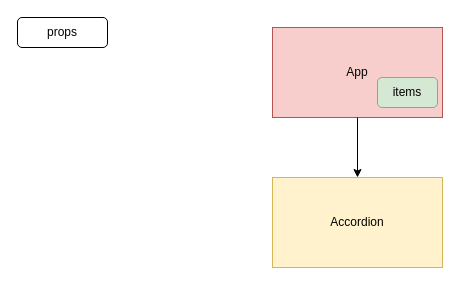
The draw.io diagram diagrams/props.drawio in demaderios/widgets, before the edit. Source tidied: cells renumbered, new cells numbered last; positions are measured from the earlier drawing's top-left corner, leaving out a move shared by most shapes. Both pictures are drawn from the tidied source at 100%, with x=0, y=0 at pixel (17, 17).
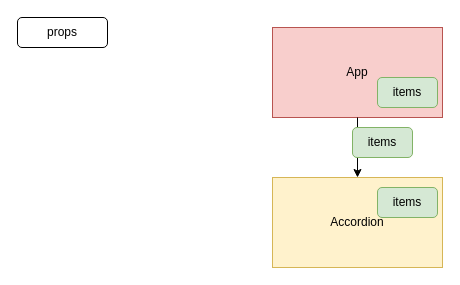
After the change.

Diff of the diagram source:
```diff
@@
 <mxGraphModel>
   <root>
     <mxCell id="0" />
     <mxCell id="1" parent="0" />
     <mxCell id="2" value="App" style="rounded=0;whiteSpace=wrap;html=1;fillColor=#f8cecc;strokeColor=#b85450;" parent="1" vertex="1">
       <mxGeometry x="255" y="10" width="170" height="90" as="geometry" />
     </mxCell>
     <mxCell id="3" value="items" style="rounded=1;whiteSpace=wrap;html=1;fillColor=#d5e8d4;strokeColor=#82b366;" parent="1" vertex="1">
       <mxGeometry x="360" y="60" width="60" height="30" as="geometry" />
     </mxCell>
     <mxCell id="4" value="Accordion" style="rounded=0;whiteSpace=wrap;html=1;fillColor=#fff2cc;strokeColor=#d6b656;" parent="1" vertex="1">
       <mxGeometry x="255" y="160" width="170" height="90" as="geometry" />
     </mxCell>
     <mxCell id="5" style="endArrow=classic;html=1;exitX=0.5;exitY=1;exitDx=0;exitDy=0;" parent="1" edge="1" source="2" target="4">
       <mxGeometry relative="1" as="geometry" />
     </mxCell>
     <mxCell id="6" value="props" style="rounded=1;whiteSpace=wrap;html=1;" parent="1" vertex="1">
       <mxGeometry width="90" height="30" as="geometry" />
     </mxCell>
+    <mxCell id="7" value="items" style="rounded=1;whiteSpace=wrap;html=1;fillColor=#d5e8d4;strokeColor=#82b366;" parent="1" vertex="1">
+      <mxGeometry x="335" y="110" width="60" height="30" as="geometry" />
+    </mxCell>
+    <mxCell id="8" value="items" style="rounded=1;whiteSpace=wrap;html=1;fillColor=#d5e8d4;strokeColor=#82b366;" parent="1" vertex="1">
+      <mxGeometry x="360" y="170" width="60" height="30" as="geometry" />
+    </mxCell>
   </root>
 </mxGraphModel>
```
